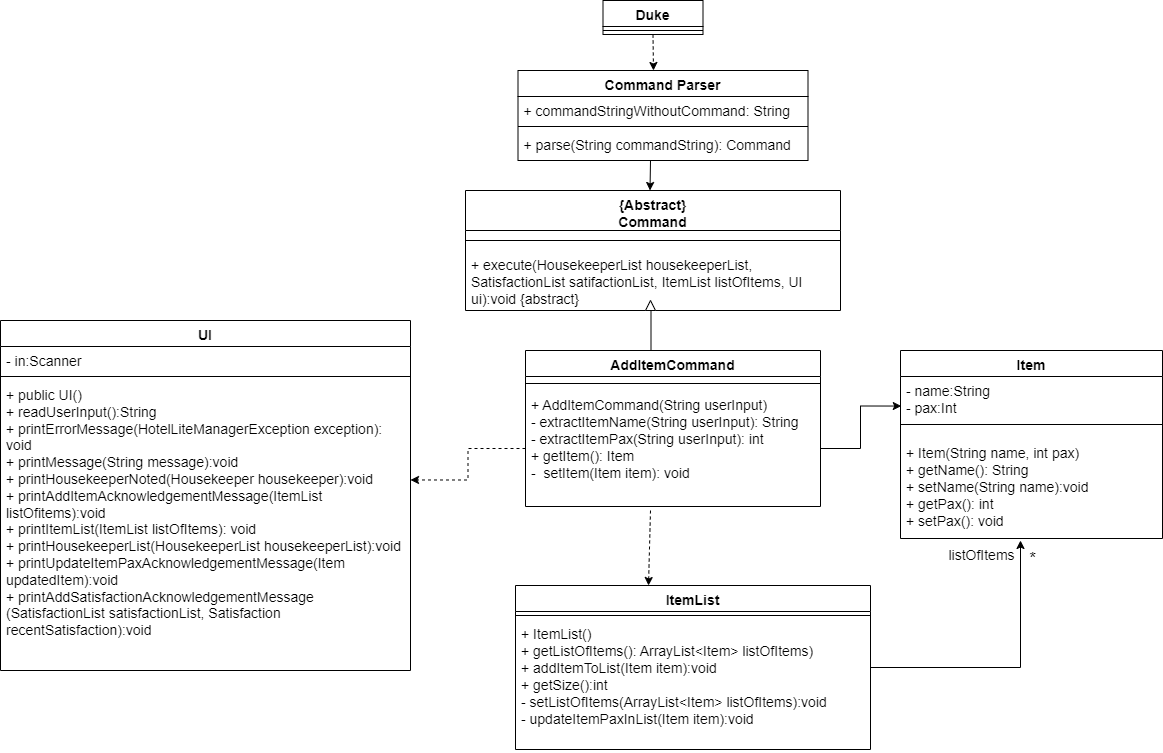
Earlier version of the draw.io export docs/team/SiewYangZhi_addItemCommand/AddItemCommandClassDiagram.png (nus-cs2113-AY2122S2/tp). Source tidied: cells renumbered, new cells last; positions are measured from the earlier drawing's top-left corner, leaving out a move shared by most shapes.
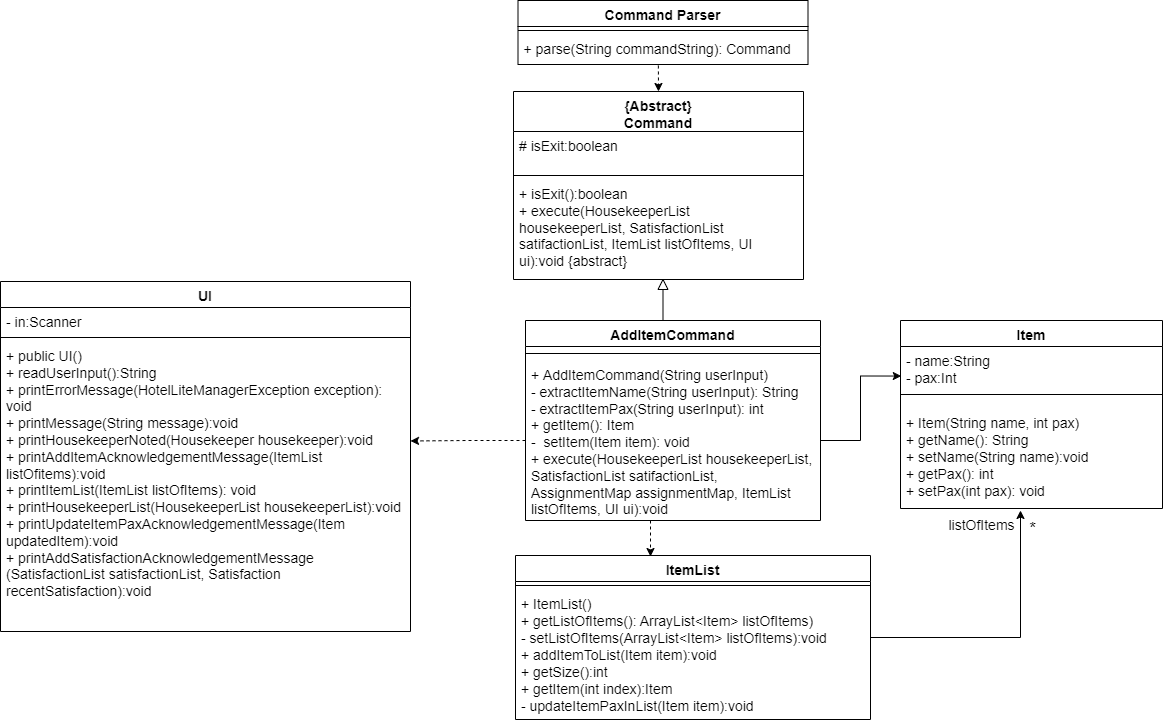
Later version of the same file.

What changed in the source:
```diff
@@ -2,53 +2,15 @@
   <root>
     <mxCell id="0" />
     <mxCell id="1" parent="0" />
-    <mxCell id="2" style="edgeStyle=orthogonalEdgeStyle;rounded=0;orthogonalLoop=1;jettySize=auto;html=1;" parent="1" edge="1">
-      <mxGeometry relative="1" as="geometry">
-        <mxPoint x="650" y="160" as="sourcePoint" />
-        <mxPoint x="649.5" y="190" as="targetPoint" />
-      </mxGeometry>
-    </mxCell>
-    <mxCell id="3" style="edgeStyle=orthogonalEdgeStyle;rounded=0;jettySize=auto;html=1;exitX=0.5;exitY=1;exitDx=0;exitDy=0;labelBackgroundColor=default;labelBorderColor=none;dashed=1;" parent="1" edge="1" source="4">
-      <mxGeometry relative="1" as="geometry">
-        <mxPoint x="653" y="70" as="targetPoint" />
-      </mxGeometry>
-    </mxCell>
-    <mxCell id="4" value="Duke" style="swimlane;fontStyle=1;align=center;verticalAlign=top;horizontal=1;startSize=26;fontSize=14;" parent="1" vertex="1">
-      <mxGeometry x="602.5" width="100" height="34" as="geometry" />
-    </mxCell>
-    <mxCell id="5" style="line;strokeWidth=1;fillColor=none;align=left;verticalAlign=middle;spacingTop=-1;spacingLeft=3;spacingRight=3;labelPosition=right;" parent="4" vertex="1">
-      <mxGeometry y="26" width="100" height="8" as="geometry" />
-    </mxCell>
-    <mxCell id="6" value="{Abstract}&#10;Command" style="swimlane;fontStyle=1;align=center;verticalAlign=top;horizontal=1;startSize=40;strokeColor=#000000;whiteSpace=wrap;fontSize=14;" parent="1" vertex="1">
-      <mxGeometry x="465" y="190" width="375" height="120" as="geometry" />
-    </mxCell>
-    <mxCell id="7" style="line;strokeWidth=1;fillColor=none;align=left;verticalAlign=middle;spacingTop=-1;spacingLeft=3;spacingRight=3;labelPosition=right;" parent="6" vertex="1">
-      <mxGeometry y="40" width="375" height="20" as="geometry" />
-    </mxCell>
-    <mxCell id="8" value="+ execute(HousekeeperList housekeeperList, SatisfactionList satifactionList, ItemList listOfItems, UI ui):void {abstract}" style="text;strokeColor=none;fillColor=none;align=left;verticalAlign=top;spacingLeft=4;spacingRight=4;overflow=hidden;whiteSpace=wrap;fontSize=14;" parent="6" vertex="1">
-      <mxGeometry y="60" width="375" height="60" as="geometry" />
-    </mxCell>
     <mxCell id="9" value="AddItemCommand" style="swimlane;fontStyle=1;align=center;verticalAlign=top;horizontal=1;startSize=26;strokeColor=#000000;fontSize=14;" parent="1" vertex="1">
-      <mxGeometry x="525" y="350" width="295" height="156" as="geometry" />
+      <mxGeometry x="525" y="350" width="295" height="200" as="geometry" />
     </mxCell>
     <mxCell id="10" style="line;strokeWidth=1;fillColor=none;align=left;verticalAlign=middle;spacingTop=-1;spacingLeft=3;spacingRight=3;labelPosition=right;" parent="9" vertex="1">
       <mxGeometry y="26" width="295" height="14" as="geometry" />
     </mxCell>
-    <mxCell id="11" value="+ AddItemCommand(String userInput)&#10;- extractItemName(String userInput): String&#10;- extractItemPax(String userInput): int&#10;+ getItem(): Item&#10;-  setItem(Item item): void" style="text;strokeColor=none;fillColor=none;align=left;verticalAlign=top;spacingLeft=4;spacingRight=4;overflow=hidden;points=[[0,0.5],[1,0.5]];portConstraint=eastwest;fontSize=14;" parent="9" vertex="1">
-      <mxGeometry y="40" width="295" height="116" as="geometry" />
+    <mxCell id="11" value="+ AddItemCommand(String userInput)&#10;- extractItemName(String userInput): String&#10;- extractItemPax(String userInput): int&#10;+ getItem(): Item&#10;-  setItem(Item item): void&#10;+ execute(HousekeeperList housekeeperList, SatisfactionList satifactionList, AssignmentMap assignmentMap, ItemList listOfItems, UI ui):void" style="text;strokeColor=none;fillColor=none;align=left;verticalAlign=top;spacingLeft=4;spacingRight=4;overflow=hidden;points=[[0,0.5],[1,0.5]];portConstraint=eastwest;fontSize=14;whiteSpace=wrap;" parent="9" vertex="1">
+      <mxGeometry y="40" width="295" height="160" as="geometry" />
     </mxCell>
-    <mxCell id="12" style="group;" parent="1" vertex="1">
-      <mxGeometry x="645" y="300" width="10" height="50" as="geometry" />
-    </mxCell>
-    <mxCell id="13" style="triangle;whiteSpace=wrap;html=1;rotation=-90;" parent="12" vertex="1">
-      <mxGeometry width="10" height="10" as="geometry" />
-    </mxCell>
-    <mxCell id="14" style="endArrow=none;html=1;rounded=0;" parent="12" edge="1">
-      <mxGeometry relative="1" as="geometry">
-        <mxPoint x="5.5" y="50" as="sourcePoint" />
-        <mxPoint x="5.5" y="10" as="targetPoint" />
-      </mxGeometry>
-    </mxCell>
     <mxCell id="15" value="Item" style="swimlane;fontStyle=1;align=center;verticalAlign=top;horizontal=1;startSize=26;fontSize=14;" parent="1" vertex="1">
       <mxGeometry x="900" y="350" width="262" height="188" as="geometry" />
     </mxCell>
@@ -58,7 +20,7 @@
     <mxCell id="17" style="line;strokeWidth=1;fillColor=none;align=left;verticalAlign=middle;spacingTop=-1;spacingLeft=3;spacingRight=3;labelPosition=right;" parent="15" vertex="1">
       <mxGeometry y="60" width="262" height="28" as="geometry" />
     </mxCell>
-    <mxCell id="18" value="+ Item(String name, int pax)&#10;+ getName(): String&#10;+ setName(String name):void&#10;+ getPax(): int&#10;+ setPax(): void&#10;&#10;" style="text;strokeColor=none;fillColor=none;align=left;verticalAlign=top;spacingLeft=4;spacingRight=4;overflow=hidden;fontSize=14;" parent="15" vertex="1">
+    <mxCell id="18" value="+ Item(String name, int pax)&#10;+ getName(): String&#10;+ setName(String name):void&#10;+ getPax(): int&#10;+ setPax(int pax): void&#10;&#10;" style="text;strokeColor=none;fillColor=none;align=left;verticalAlign=top;spacingLeft=4;spacingRight=4;overflow=hidden;fontSize=14;" parent="15" vertex="1">
       <mxGeometry y="88" width="262" height="100" as="geometry" />
     </mxCell>
     <mxCell id="19" style="edgeStyle=orthogonalEdgeStyle;rounded=0;jettySize=auto;html=1;exitX=1;exitY=0.5;exitDx=0;exitDy=0;labelBackgroundColor=default;labelBorderColor=none;entryX=0.003;entryY=0.869;entryDx=0;entryDy=0;entryPerimeter=0;" parent="1" edge="1" source="11" target="16">
@@ -85,11 +47,11 @@
     <mxCell id="24" style="line;strokeWidth=1;fillColor=none;align=left;verticalAlign=middle;spacingTop=-1;spacingLeft=3;spacingRight=3;labelPosition=right;" parent="23" vertex="1">
       <mxGeometry y="26" width="355" height="8" as="geometry" />
     </mxCell>
-    <mxCell id="25" value="+ ItemList()&#10;+ getListOfItems(): ArrayList&lt;Item&gt; listOfItems)&#10;+ addItemToList(Item item):void&#10;+ getSize():int&#10;- setListOfItems(ArrayList&lt;Item&gt; listOfItems):void&#10;- updateItemPaxInList(Item item):void&#10;&#10;" style="text;strokeColor=none;fillColor=none;align=left;verticalAlign=top;spacingLeft=4;spacingRight=4;overflow=hidden;fontSize=14;" parent="23" vertex="1">
+    <mxCell id="25" value="+ ItemList()&#10;+ getListOfItems(): ArrayList&lt;Item&gt; listOfItems)&#10;- setListOfItems(ArrayList&lt;Item&gt; listOfItems):void&#10;+ addItemToList(Item item):void&#10;+ getSize():int&#10;+ getItem(int index):Item&#10;- updateItemPaxInList(Item item):void&#10;&#10;" style="text;strokeColor=none;fillColor=none;align=left;verticalAlign=top;spacingLeft=4;spacingRight=4;overflow=hidden;fontSize=14;" parent="23" vertex="1">
       <mxGeometry y="34" width="355" height="130" as="geometry" />
     </mxCell>
     <mxCell id="26" value="UI" style="swimlane;fontStyle=1;align=center;verticalAlign=top;horizontal=1;startSize=26;fontSize=14;" parent="1" vertex="1">
-      <mxGeometry y="320" width="410" height="350" as="geometry" />
+      <mxGeometry y="311" width="410" height="350" as="geometry" />
     </mxCell>
     <mxCell id="27" value="- in:Scanner" style="text;strokeColor=none;fillColor=none;align=left;verticalAlign=top;spacingLeft=4;spacingRight=4;overflow=hidden;fontSize=14;" parent="26" vertex="1">
       <mxGeometry y="26" width="410" height="26" as="geometry" />
@@ -103,23 +65,46 @@
     <mxCell id="30" style="edgeStyle=orthogonalEdgeStyle;rounded=0;jettySize=auto;html=1;exitX=0;exitY=0.5;exitDx=0;exitDy=0;entryX=1;entryY=0.343;entryDx=0;entryDy=0;entryPerimeter=0;labelBackgroundColor=default;labelBorderColor=none;fontSize=12;dashed=1;" parent="1" edge="1" source="11" target="29">
       <mxGeometry relative="1" as="geometry" />
     </mxCell>
-    <mxCell id="31" style="endArrow=classic;html=1;rounded=0;dashed=1;labelBackgroundColor=default;labelBorderColor=none;fontSize=12;entryX=0.5;entryY=0;entryDx=0;entryDy=0;" parent="1" edge="1">
+    <mxCell id="31" style="endArrow=classic;html=1;rounded=0;dashed=1;labelBackgroundColor=default;labelBorderColor=none;fontSize=12;" parent="1" edge="1">
       <mxGeometry relative="1" as="geometry">
-        <mxPoint x="650" y="510" as="sourcePoint" />
-        <mxPoint x="648" y="585" as="targetPoint" />
+        <mxPoint x="650" y="550" as="sourcePoint" />
+        <mxPoint x="650" y="586" as="targetPoint" />
       </mxGeometry>
     </mxCell>
     <mxCell id="32" value="Command Parser" style="swimlane;fontStyle=1;align=center;verticalAlign=top;horizontal=1;startSize=26;fontSize=14;" parent="1" vertex="1">
-      <mxGeometry x="517.5" y="70" width="290" height="90" as="geometry" />
+      <mxGeometry x="517.5" y="30" width="290" height="64" as="geometry" />
     </mxCell>
-    <mxCell id="33" value="+ commandStringWithoutCommand: String" style="text;strokeColor=none;fillColor=none;align=left;verticalAlign=top;spacingLeft=4;spacingRight=4;overflow=hidden;fontSize=14;" parent="32" vertex="1">
-      <mxGeometry y="26" width="290" height="26" as="geometry" />
-    </mxCell>
     <mxCell id="34" style="line;strokeWidth=1;fillColor=none;align=left;verticalAlign=middle;spacingTop=-1;spacingLeft=3;spacingRight=3;labelPosition=right;fontSize=12;" parent="32" vertex="1">
-      <mxGeometry y="52" width="290" height="8" as="geometry" />
+      <mxGeometry y="26" width="290" height="8" as="geometry" />
     </mxCell>
     <mxCell id="35" value="+ parse(String commandString): Command" style="text;strokeColor=none;fillColor=none;align=left;verticalAlign=top;spacingLeft=4;spacingRight=4;overflow=hidden;points=[[0,0.5],[1,0.5]];portConstraint=eastwest;fontSize=14;" parent="32" vertex="1">
-      <mxGeometry y="60" width="290" height="30" as="geometry" />
+      <mxGeometry y="34" width="290" height="30" as="geometry" />
     </mxCell>
+    <mxCell id="36" style="group;" parent="1" vertex="1">
+      <mxGeometry x="657.5" y="309" width="10" height="40" as="geometry" />
+    </mxCell>
+    <mxCell id="13" style="triangle;whiteSpace=wrap;html=1;rotation=-90;" parent="36" vertex="1">
+      <mxGeometry width="10" height="10" as="geometry" />
+    </mxCell>
+    <mxCell id="37" style="endArrow=none;html=1;rounded=0;entryX=0;entryY=0.5;entryDx=0;entryDy=0;" parent="36" edge="1" target="13">
+      <mxGeometry relative="1" as="geometry">
+        <mxPoint x="5" y="40" as="sourcePoint" />
+      </mxGeometry>
+    </mxCell>
+    <mxCell id="38" style="endArrow=classic;html=1;rounded=0;exitX=0.484;exitY=1.033;exitDx=0;exitDy=0;exitPerimeter=0;dashed=1;entryX=0.5;entryY=0;entryDx=0;entryDy=0;" parent="1" edge="1" source="35" target="6">
+      <mxGeometry relative="1" as="geometry" />
+    </mxCell>
+    <mxCell id="6" value="{Abstract}&#10;Command" style="swimlane;fontStyle=1;align=center;verticalAlign=top;horizontal=1;startSize=40;fontSize=14;" parent="1" vertex="1">
+      <mxGeometry x="513" y="121" width="290" height="188" as="geometry" />
+    </mxCell>
+    <mxCell id="39" value="# isExit:boolean" style="text;strokeColor=none;fillColor=none;align=left;verticalAlign=top;spacingLeft=4;spacingRight=4;overflow=hidden;fontSize=14;spacing=2;" parent="6" vertex="1">
+      <mxGeometry y="40" width="290" height="40" as="geometry" />
+    </mxCell>
+    <mxCell id="40" style="line;strokeWidth=1;fillColor=none;align=left;verticalAlign=middle;spacingTop=-1;spacingLeft=3;spacingRight=3;labelPosition=right;fontSize=14;" parent="6" vertex="1">
+      <mxGeometry y="80" width="290" height="8" as="geometry" />
+    </mxCell>
+    <mxCell id="41" value="+ isExit():boolean&#10;+ execute(HousekeeperList housekeeperList, SatisfactionList satifactionList, ItemList listOfItems, UI ui):void {abstract}" style="text;strokeColor=none;fillColor=none;align=left;verticalAlign=top;spacingLeft=4;spacingRight=4;overflow=hidden;fontSize=14;whiteSpace=wrap;" parent="6" vertex="1">
+      <mxGeometry y="88" width="290" height="100" as="geometry" />
+    </mxCell>
   </root>
 </mxGraphModel>
```
